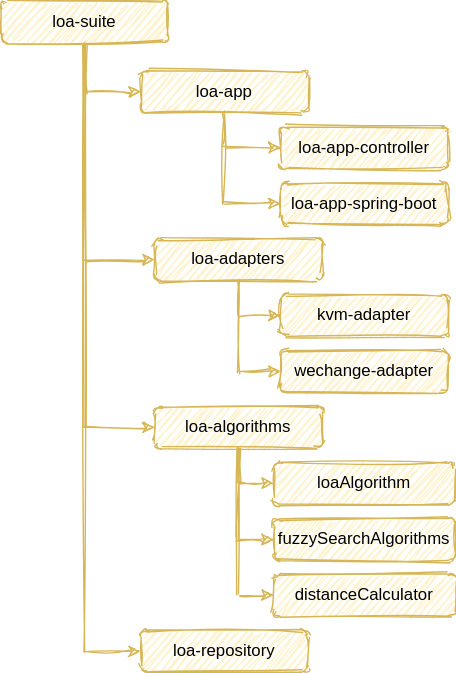
Earlier version of the draw.io export doc/img/project_structure.svg (ngi-nix/loa-suite). Source tidied: cells renumbered, new cells last; positions are measured from the earlier drawing's top-left corner, leaving out a move shared by most shapes.
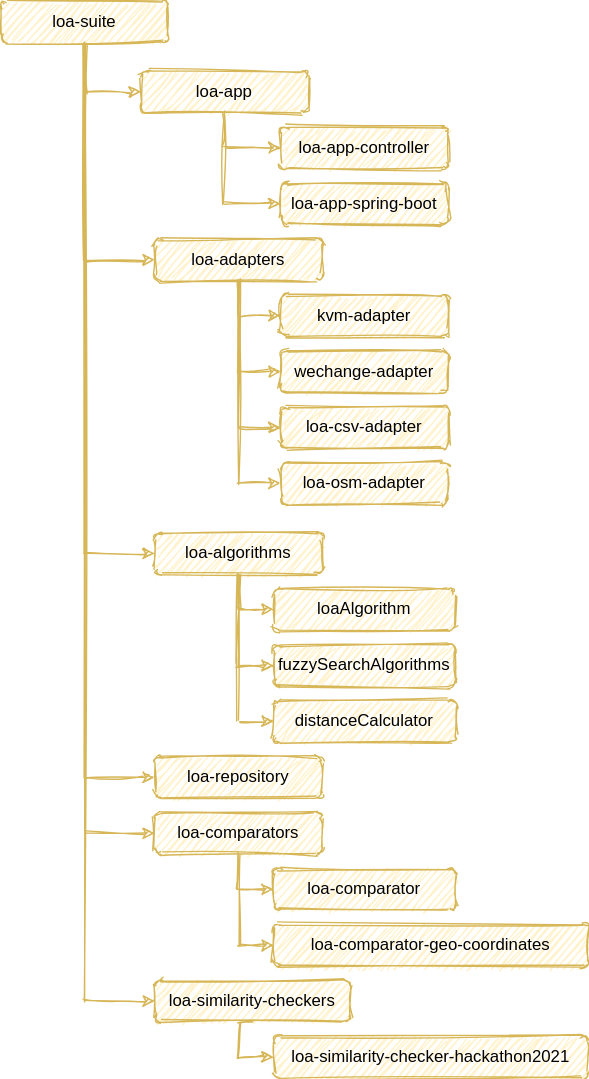
After the change.

Commit message:
adding new modules to the project structure diagram

What changed in the source:
```diff
@@ -57,19 +57,73 @@
       <mxGeometry relative="1" as="geometry" />
     </mxCell>
     <mxCell id="20" value="loa-algorithms" style="rounded=1;whiteSpace=wrap;html=1;fillColor=#fff2cc;strokeColor=#d6b656;sketch=1;" parent="1" vertex="1">
-      <mxGeometry x="110" y="290" width="120" height="30" as="geometry" />
+      <mxGeometry x="110" y="380" width="120" height="30" as="geometry" />
     </mxCell>
     <mxCell id="21" value="loaAlgorithm" style="rounded=1;whiteSpace=wrap;html=1;fillColor=#fff2cc;strokeColor=#d6b656;sketch=1;" parent="1" vertex="1">
-      <mxGeometry x="195" y="330" width="130" height="30" as="geometry" />
+      <mxGeometry x="195" y="420" width="130" height="30" as="geometry" />
     </mxCell>
     <mxCell id="22" value="fuzzySearchAlgorithms" style="rounded=1;whiteSpace=wrap;html=1;fillColor=#fff2cc;strokeColor=#d6b656;sketch=1;" parent="1" vertex="1">
-      <mxGeometry x="195" y="370" width="130" height="30" as="geometry" />
+      <mxGeometry x="195" y="460" width="130" height="30" as="geometry" />
     </mxCell>
     <mxCell id="23" value="distanceCalculator" style="rounded=1;whiteSpace=wrap;html=1;fillColor=#fff2cc;strokeColor=#d6b656;sketch=1;" parent="1" vertex="1">
-      <mxGeometry x="195" y="410" width="130" height="30" as="geometry" />
+      <mxGeometry x="195" y="500" width="130" height="30" as="geometry" />
     </mxCell>
     <mxCell id="24" value="loa-repository" style="rounded=1;whiteSpace=wrap;html=1;fillColor=#fff2cc;strokeColor=#d6b656;sketch=1;" parent="1" vertex="1">
-      <mxGeometry x="100" y="450" width="120" height="30" as="geometry" />
+      <mxGeometry x="110" y="540" width="120" height="30" as="geometry" />
     </mxCell>
+    <mxCell id="25" value="loa-csv-adapter" style="rounded=1;whiteSpace=wrap;html=1;fillColor=#fff2cc;strokeColor=#d6b656;sketch=1;" parent="1" vertex="1">
+      <mxGeometry x="200" y="290" width="120" height="30" as="geometry" />
+    </mxCell>
+    <mxCell id="26" value="loa-osm-adapter" style="rounded=1;whiteSpace=wrap;html=1;fillColor=#fff2cc;strokeColor=#d6b656;sketch=1;" parent="1" vertex="1">
+      <mxGeometry x="200" y="330" width="120" height="30" as="geometry" />
+    </mxCell>
+    <mxCell id="27" style="edgeStyle=orthogonalEdgeStyle;rounded=0;jettySize=auto;html=1;entryX=0;entryY=0.5;entryDx=0;entryDy=0;fillColor=#fff2cc;strokeColor=#d6b656;sketch=1;exitX=0.5;exitY=1;exitDx=0;exitDy=0;" parent="1" edge="1" source="14" target="25">
+      <mxGeometry relative="1" as="geometry" />
+    </mxCell>
+    <mxCell id="28" style="edgeStyle=orthogonalEdgeStyle;rounded=0;jettySize=auto;html=1;entryX=0;entryY=0.5;entryDx=0;entryDy=0;fillColor=#fff2cc;strokeColor=#d6b656;sketch=1;exitX=0.5;exitY=1;exitDx=0;exitDy=0;" parent="1" edge="1" source="14" target="26">
+      <mxGeometry relative="1" as="geometry" />
+    </mxCell>
+    <mxCell id="29" value="loa-comparators" style="rounded=1;whiteSpace=wrap;html=1;fillColor=#fff2cc;strokeColor=#d6b656;sketch=1;" parent="1" vertex="1">
+      <mxGeometry x="110" y="580" width="120" height="30" as="geometry" />
+    </mxCell>
+    <mxCell id="30" style="edgeStyle=orthogonalEdgeStyle;rounded=0;jettySize=auto;html=1;entryX=0;entryY=0.5;entryDx=0;entryDy=0;fillColor=#fff2cc;strokeColor=#d6b656;sketch=1;exitX=0.5;exitY=1;exitDx=0;exitDy=0;" parent="1" edge="1" source="6" target="29">
+      <mxGeometry relative="1" as="geometry" />
+    </mxCell>
+    <mxCell id="31" value="loa-comparator" style="rounded=1;whiteSpace=wrap;html=1;fillColor=#fff2cc;strokeColor=#d6b656;sketch=1;" parent="1" vertex="1">
+      <mxGeometry x="195" y="620" width="130" height="30" as="geometry" />
+    </mxCell>
+    <mxCell id="32" style="edgeStyle=orthogonalEdgeStyle;rounded=0;jettySize=auto;html=1;entryX=0;entryY=0.5;entryDx=0;entryDy=0;fillColor=#fff2cc;strokeColor=#d6b656;sketch=1;exitX=0.5;exitY=1;exitDx=0;exitDy=0;" parent="1" edge="1" source="29" target="31">
+      <mxGeometry relative="1" as="geometry">
+        <Array as="points">
+          <mxPoint x="170" y="635" />
+        </Array>
+      </mxGeometry>
+    </mxCell>
+    <mxCell id="33" value="loa-comparator-geo-coordinates" style="rounded=1;whiteSpace=wrap;html=1;fillColor=#fff2cc;strokeColor=#d6b656;sketch=1;" parent="1" vertex="1">
+      <mxGeometry x="195" y="660" width="225" height="30" as="geometry" />
+    </mxCell>
+    <mxCell id="34" style="edgeStyle=orthogonalEdgeStyle;rounded=0;jettySize=auto;html=1;entryX=0;entryY=0.5;entryDx=0;entryDy=0;fillColor=#fff2cc;strokeColor=#d6b656;sketch=1;exitX=0.5;exitY=1;exitDx=0;exitDy=0;" parent="1" edge="1" source="29" target="33">
+      <mxGeometry relative="1" as="geometry">
+        <Array as="points">
+          <mxPoint x="170" y="675" />
+        </Array>
+      </mxGeometry>
+    </mxCell>
+    <mxCell id="35" value="loa-similarity-checkers" style="rounded=1;whiteSpace=wrap;html=1;fillColor=#fff2cc;strokeColor=#d6b656;sketch=1;" parent="1" vertex="1">
+      <mxGeometry x="110" y="700" width="140" height="30" as="geometry" />
+    </mxCell>
+    <mxCell id="36" value="loa-similarity-checker-hackathon2021" style="rounded=1;whiteSpace=wrap;html=1;fillColor=#fff2cc;strokeColor=#d6b656;sketch=1;" parent="1" vertex="1">
+      <mxGeometry x="195" y="740" width="225" height="30" as="geometry" />
+    </mxCell>
+    <mxCell id="37" style="edgeStyle=orthogonalEdgeStyle;rounded=0;jettySize=auto;html=1;entryX=0;entryY=0.5;entryDx=0;entryDy=0;fillColor=#fff2cc;strokeColor=#d6b656;sketch=1;exitX=0.5;exitY=1;exitDx=0;exitDy=0;" parent="1" edge="1" source="35" target="36">
+      <mxGeometry relative="1" as="geometry">
+        <Array as="points">
+          <mxPoint x="170" y="755" />
+        </Array>
+      </mxGeometry>
+    </mxCell>
+    <mxCell id="38" style="edgeStyle=orthogonalEdgeStyle;rounded=0;jettySize=auto;html=1;entryX=0;entryY=0.5;entryDx=0;entryDy=0;fillColor=#fff2cc;strokeColor=#d6b656;sketch=1;exitX=0.5;exitY=1;exitDx=0;exitDy=0;" parent="1" edge="1" source="6" target="35">
+      <mxGeometry relative="1" as="geometry" />
+    </mxCell>
   </root>
 </mxGraphModel>
```
